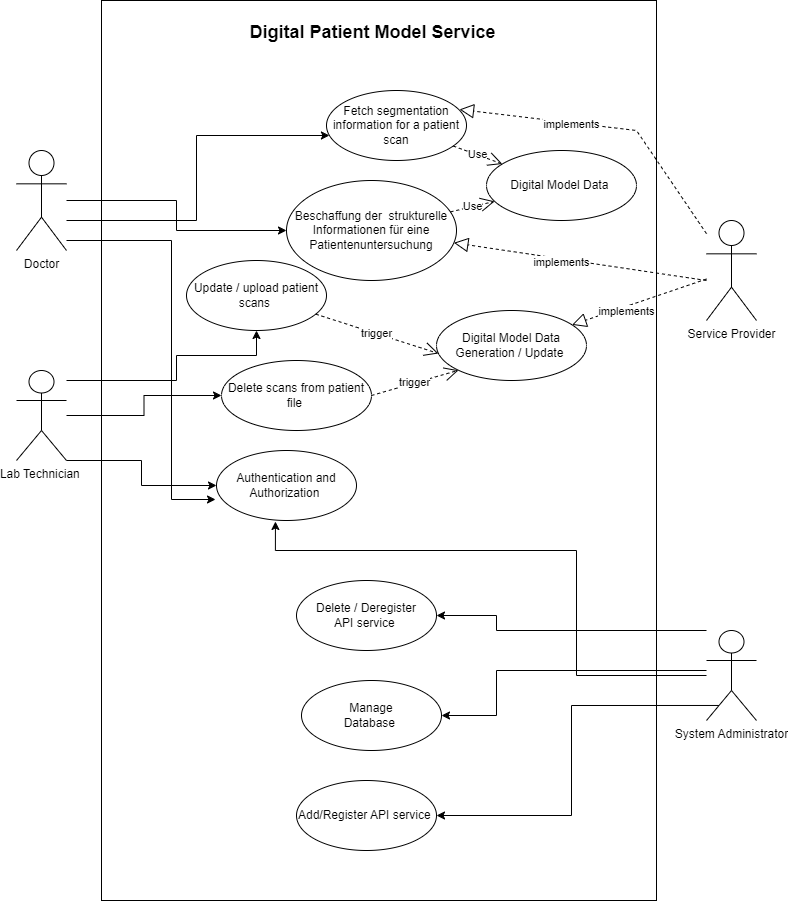
Above: ArchitectureTaskDiagram/usecase-1.png in bsuman/jobrelatred (draw.io), before the change. Source tidied: cells renumbered, new cells last; positions are measured from the earlier drawing's top-left corner, leaving out a move shared by most shapes.
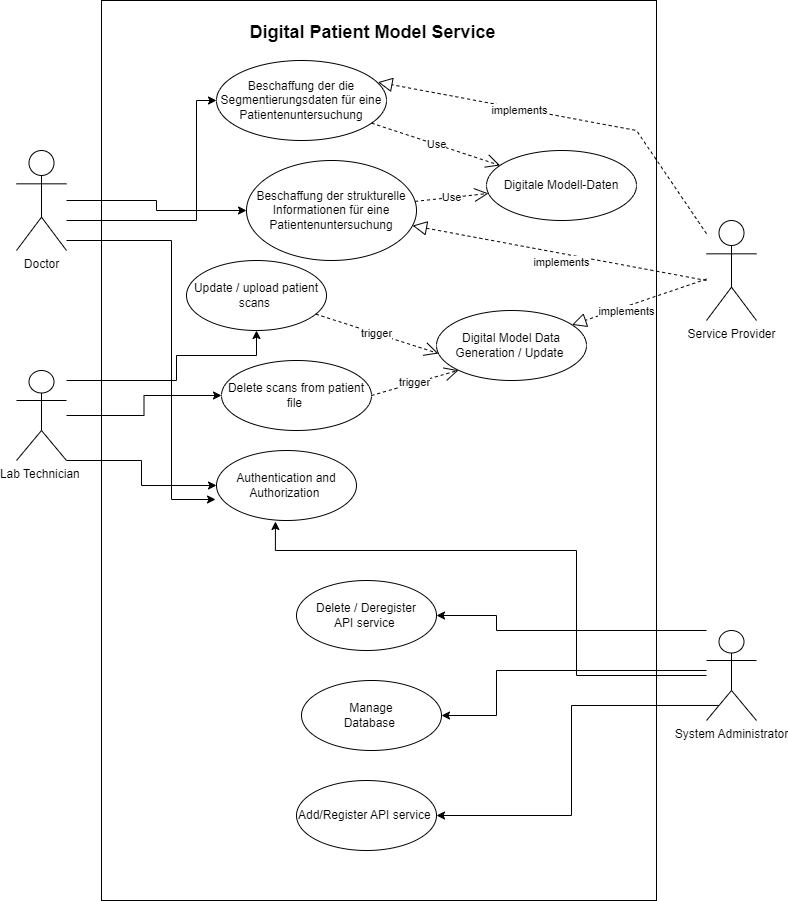
After the commit.

Diff of the diagram source:
```diff
@@ -5,11 +5,11 @@
     <mxCell id="2" style="rounded=0;whiteSpace=wrap;html=1;" parent="1" vertex="1">
       <mxGeometry x="85" width="555" height="900" as="geometry" />
     </mxCell>
-    <mxCell id="3" style="edgeStyle=orthogonalEdgeStyle;rounded=0;jettySize=auto;html=1;" parent="1" edge="1" source="6" target="19">
+    <mxCell id="3" style="edgeStyle=orthogonalEdgeStyle;rounded=0;jettySize=auto;html=1;entryX=0;entryY=0.5;entryDx=0;entryDy=0;" parent="1" edge="1" source="6" target="19">
       <mxGeometry relative="1" as="geometry">
         <Array as="points">
           <mxPoint x="180" y="220" />
-          <mxPoint x="180" y="135" />
+          <mxPoint x="180" y="100" />
         </Array>
       </mxGeometry>
     </mxCell>
@@ -87,11 +87,11 @@
     <mxCell id="17" value="Delete scans from patient file&amp;nbsp;" style="ellipse;whiteSpace=wrap;html=1;" parent="1" vertex="1">
       <mxGeometry x="205" y="360" width="150" height="70" as="geometry" />
     </mxCell>
-    <mxCell id="18" value="Beschaffung der&amp;nbsp; strukturelle Informationen für eine Patientenuntersuchung" style="ellipse;whiteSpace=wrap;html=1;" parent="1" vertex="1">
-      <mxGeometry x="270" y="180" width="170" height="100" as="geometry" />
+    <mxCell id="18" value="Beschaffung der strukturelle Informationen für eine Patientenuntersuchung" style="ellipse;whiteSpace=wrap;html=1;" parent="1" vertex="1">
+      <mxGeometry x="230" y="160" width="170" height="100" as="geometry" />
     </mxCell>
-    <mxCell id="19" value="Fetch segmentation information for a patient scan" style="ellipse;whiteSpace=wrap;html=1;" parent="1" vertex="1">
-      <mxGeometry x="310" y="90" width="140" height="70" as="geometry" />
+    <mxCell id="19" value="Beschaffung der&amp;nbsp;die Segmentierungsdaten für eine Patientenuntersuchung " style="ellipse;whiteSpace=wrap;html=1;" parent="1" vertex="1">
+      <mxGeometry x="200" y="60" width="170" height="80" as="geometry" />
     </mxCell>
     <mxCell id="20" value="Add/Register API service&amp;nbsp;" style="ellipse;whiteSpace=wrap;html=1;" parent="1" vertex="1">
       <mxGeometry x="280" y="780" width="140" height="70" as="geometry" />
@@ -105,7 +105,7 @@
     <mxCell id="23" value="Authentication and Authorization&amp;nbsp;" style="ellipse;whiteSpace=wrap;html=1;" parent="1" vertex="1">
       <mxGeometry x="200" y="450" width="140" height="70" as="geometry" />
     </mxCell>
-    <mxCell id="24" value="Digital Model Data&amp;nbsp;" style="ellipse;whiteSpace=wrap;html=1;" parent="1" vertex="1">
+    <mxCell id="24" value="Digitale Modell-Daten" style="ellipse;whiteSpace=wrap;html=1;" parent="1" vertex="1">
       <mxGeometry x="470" y="150" width="150" height="70" as="geometry" />
     </mxCell>
     <mxCell id="25" value="Use" style="endArrow=open;endSize=12;dashed=1;html=1;rounded=0;" parent="1" edge="1" source="19" target="24">
```
